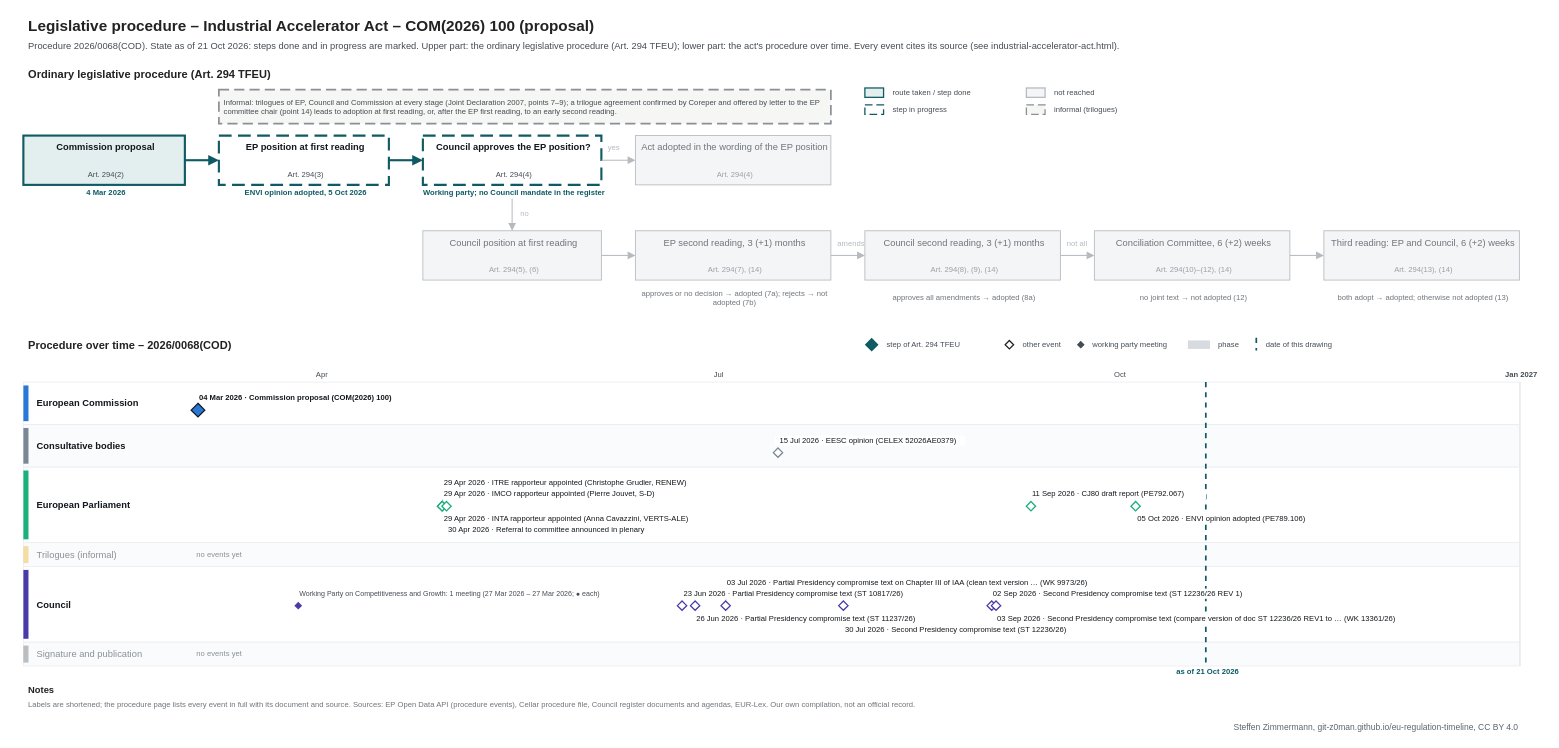
This is procedures/industrial-accelerator-act.drawio from git-z0man/eu-regulation-timeline, a draw.io file, before an edit. Source tidied: cells renumbered, new cells numbered last; positions are measured from the earlier drawing's top-left corner, leaving out a move shared by most shapes. Both pictures are drawn from the tidied source at 85%, with x=0, y=0 at pixel (14, 14).
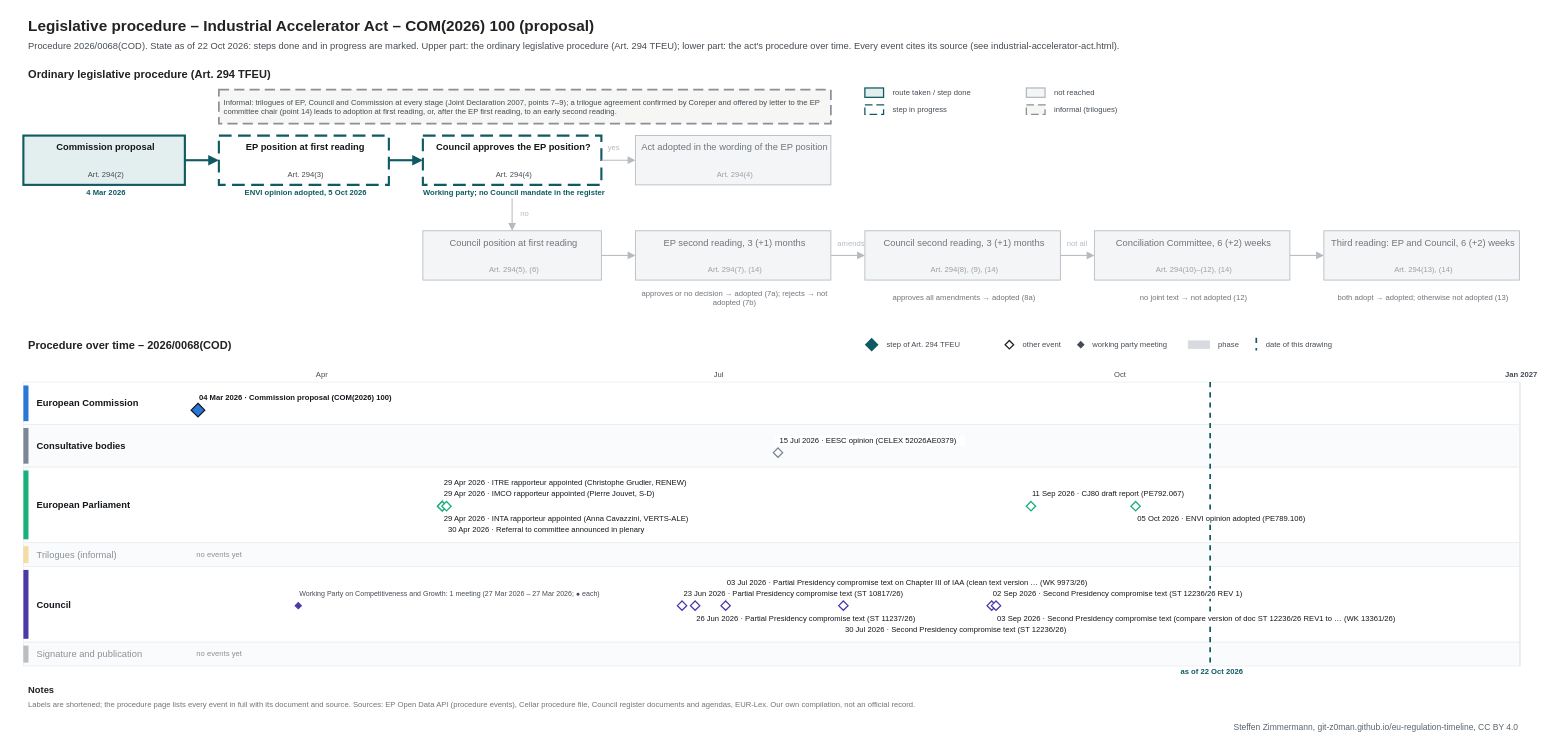
The same diagram, later.

The edit, as a diff of the source:
```diff
@@
-    <mxCell id="3" value="Procedure 2026/0068(COD). State as of 21 Oct 2026: steps done and in progress are marked. Upper part: the ordinary legislative procedure (Art. 294 TFEU); lower part: the act's procedure over time. Every event cites its source (see industrial-accelerator-act.html)." style="text;html=1;fontSize=11;fontColor=#454c53;align=left;verticalAlign=middle;spacingLeft=4;" parent="1" vertex="1">
+    <mxCell id="3" value="Procedure 2026/0068(COD). State as of 22 Oct 2026: steps done and in progress are marked. Upper part: the ordinary legislative procedure (Art. 294 TFEU); lower part: the act's procedure over time. Every event cites its source (see industrial-accelerator-act.html)." style="text;html=1;fontSize=11;fontColor=#454c53;align=left;verticalAlign=middle;spacingLeft=4;" parent="1" vertex="1">
       <mxGeometry x="10" y="28" width="1700" height="18" as="geometry" />
     </mxCell>
@@
     <mxCell id="107" style="line;html=1;strokeWidth=2;strokeColor=#0f5a63;direction=south;dashed=1;" parent="1" vertex="1">
-      <mxGeometry x="1400.6" y="432" width="1" height="334" as="geometry" />
+      <mxGeometry x="1405.7" y="432" width="1" height="334" as="geometry" />
     </mxCell>
-    <mxCell id="108" value="as of 21 Oct 2026" style="text;html=1;fontSize=9;fontColor=#0f5a63;align=center;verticalAlign=middle;spacingLeft=4;fontStyle=1;" parent="1" vertex="1">
-      <mxGeometry x="1340.6" y="767" width="120" height="12" as="geometry" />
+    <mxCell id="108" value="as of 22 Oct 2026" style="text;html=1;fontSize=9;fontColor=#0f5a63;align=center;verticalAlign=middle;spacingLeft=4;fontStyle=1;" parent="1" vertex="1">
+      <mxGeometry x="1345.7" y="767" width="120" height="12" as="geometry" />
     </mxCell>
```
